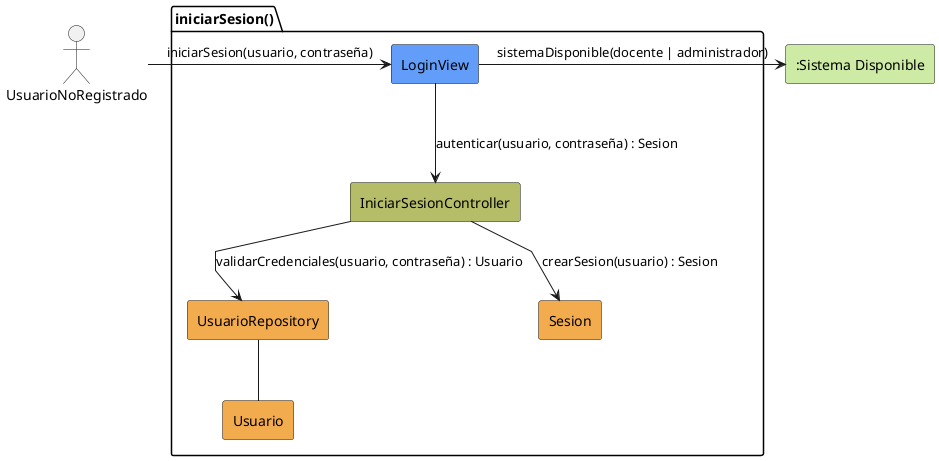
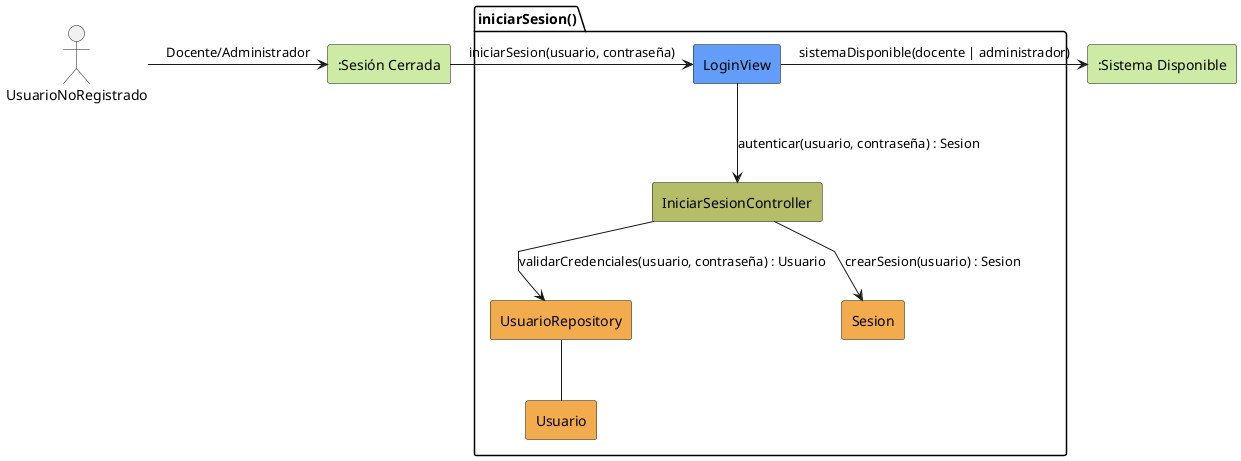
@startuml iniciarSesion-analisis
skinparam linetype polyline

actor UsuarioNoRegistrado
package iniciarSesion as "iniciarSesion()" {
    rectangle #629EF9 LoginView
    rectangle #b5bd68 IniciarSesionController
    rectangle #F2AC4E UsuarioRepository
    rectangle #F2AC4E Usuario
    rectangle #F2AC4E Sesion
}
rectangle #CDEBA5 ":Sistema Disponible" as SistemaDisponible
+ rectangle #CDEBA5 ":Sesión Cerrada" as SesionCerrada

- UsuarioNoRegistrado -r-> LoginView: iniciarSesion(usuario, contraseña)
+ UsuarioNoRegistrado -r-> SesionCerrada: Docente/Administrador
+ 
+ SesionCerrada -r-> LoginView: iniciarSesion(usuario, contraseña)

LoginView -d-> IniciarSesionController: autenticar(usuario, contraseña) : Sesion

IniciarSesionController --> UsuarioRepository: validarCredenciales(usuario, contraseña) : Usuario

UsuarioRepository -- Usuario

IniciarSesionController --> Sesion: crearSesion(usuario) : Sesion

LoginView -r-> SistemaDisponible: sistemaDisponible(docente | administrador)

@enduml